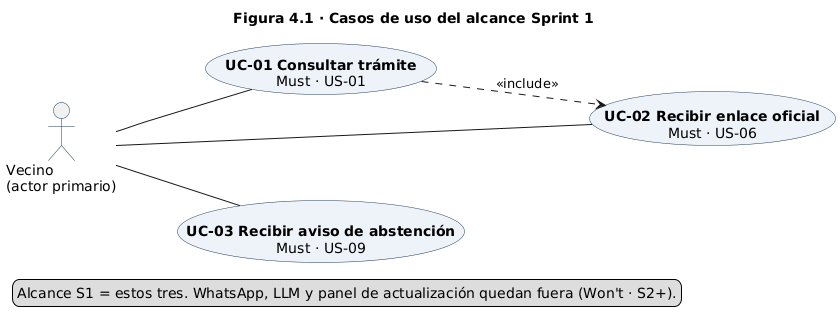
The PlantUML diagram docs/uml/casos_de_uso.png in FeliKar/Proyecto-Ingenieria-de-Software, before a commit. Its diagram source:
```plantuml
@startuml
title Figura 4.1 · Casos de uso del alcance Sprint 1
left to right direction
skinparam usecase {
  BackgroundColor #EEF3FA
  BorderColor #1F3A5F
}
skinparam actorBorderColor #1F3A5F

actor "Vecino\n(actor primario)" as Vecino

usecase "**UC-01 Consultar trámite**\nMust · US-01" as UC01
usecase "**UC-02 Recibir enlace oficial**\nMust · US-06" as UC02
usecase "**UC-03 Recibir aviso de abstención**\nMust · US-09" as UC03

Vecino -- UC01
Vecino -- UC02
Vecino -- UC03
UC01 ..> UC02 : <<include>>

legend bottom left
  Alcance S1 = estos tres. WhatsApp, LLM y panel de actualización quedan fuera (Won't · S2+).
endlegend
@enduml
```
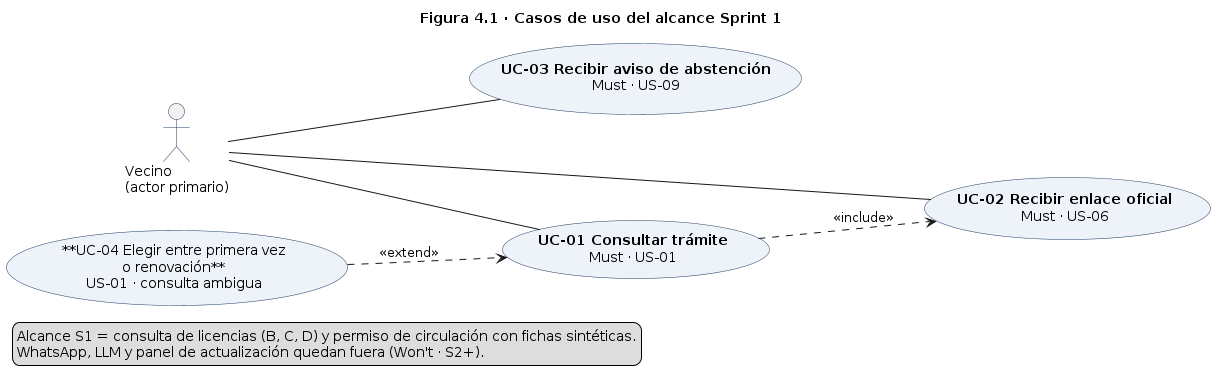
After the change.

Change to the diagram source:
```diff
@@ -12,13 +12,16 @@
 usecase "**UC-01 Consultar trámite**\nMust · US-01" as UC01
 usecase "**UC-02 Recibir enlace oficial**\nMust · US-06" as UC02
 usecase "**UC-03 Recibir aviso de abstención**\nMust · US-09" as UC03
+usecase "**UC-04 Elegir entre primera vez\no renovación**\nUS-01 · consulta ambigua" as UC04
 
 Vecino -- UC01
 Vecino -- UC02
 Vecino -- UC03
 UC01 ..> UC02 : <<include>>
+UC04 ..> UC01 : <<extend>>
 
 legend bottom left
-  Alcance S1 = estos tres. WhatsApp, LLM y panel de actualización quedan fuera (Won't · S2+).
+  Alcance S1 = consulta de licencias (B, C, D) y permiso de circulación con fichas sintéticas.
+  WhatsApp, LLM y panel de actualización quedan fuera (Won't · S2+).
 endlegend
 @enduml
```
